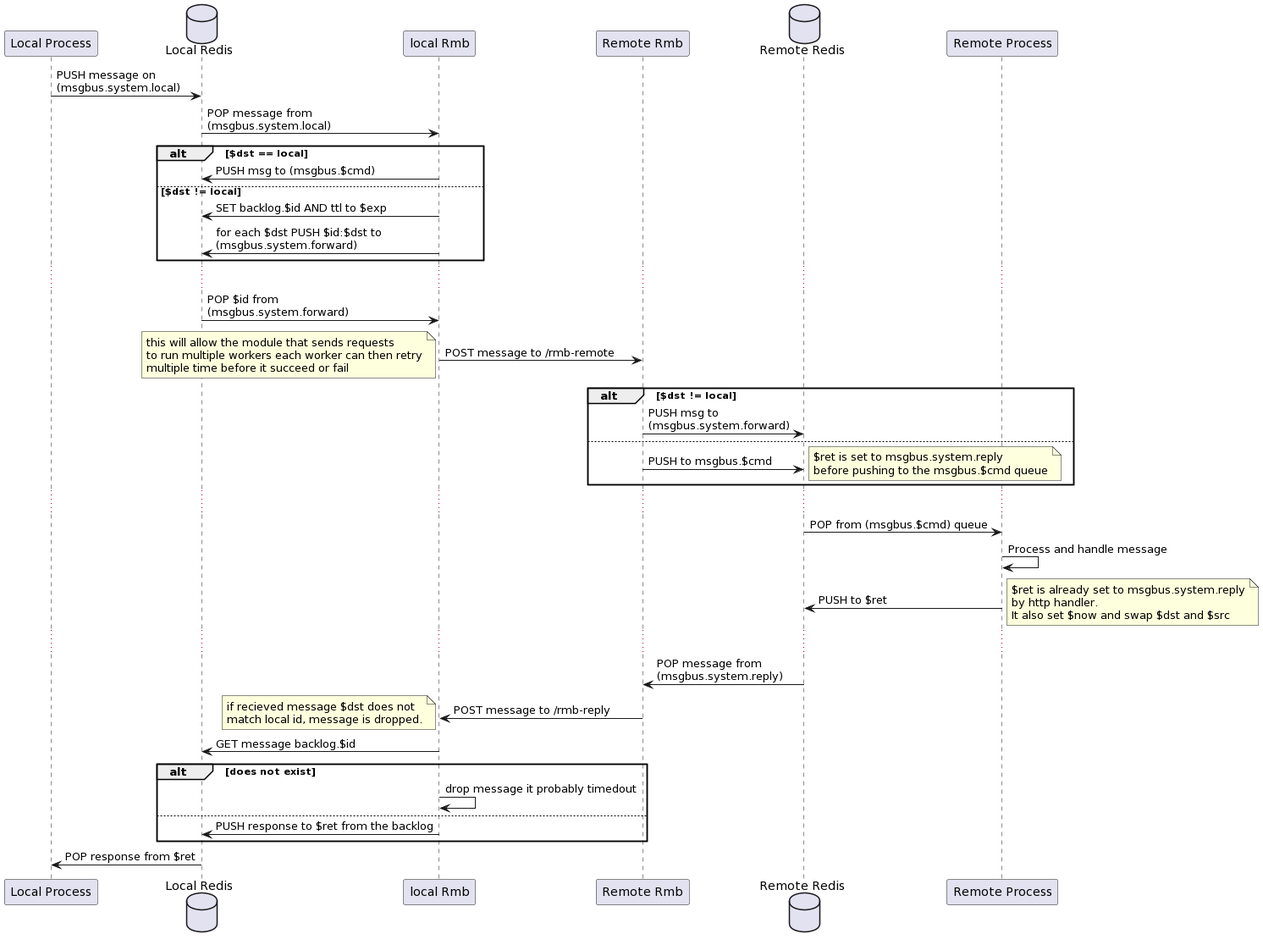
The PlantUML diagram docs/png/RMB.png in threefoldtech/rmb-rs, before a commit.
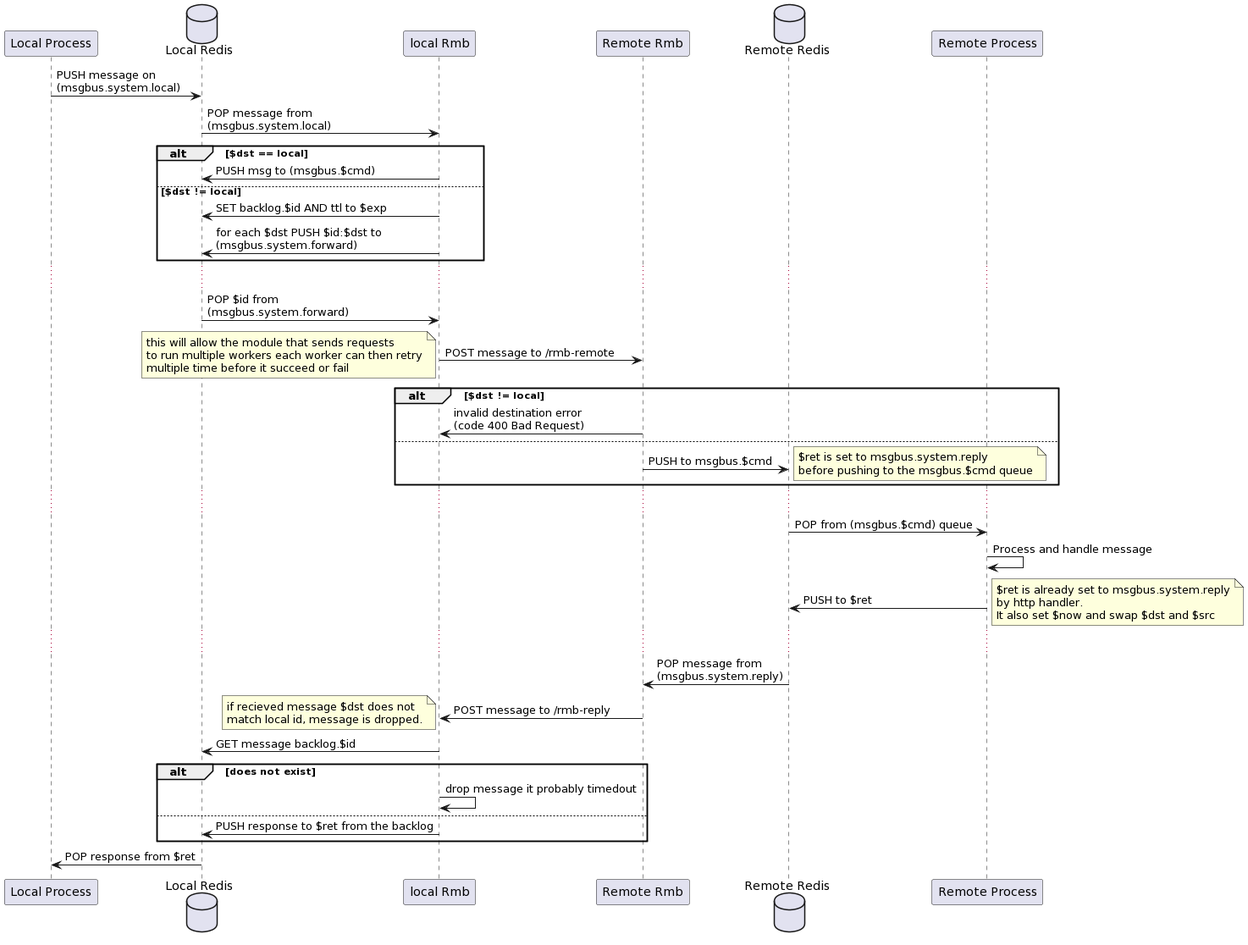
After the commit.

The edit, as a diff of the source:
```diff
@@ -25,7 +25,7 @@
  multiple time before it succeed or fail
 end note
 alt $dst != local
-rrmb -> rr: PUSH msg to \n(msgbus.system.forward)
+rrmb -> lrmb: invalid destination error\n(code 400 Bad Request)
 else
 rrmb -> rr: PUSH to msgbus.$cmd
 note right
```
